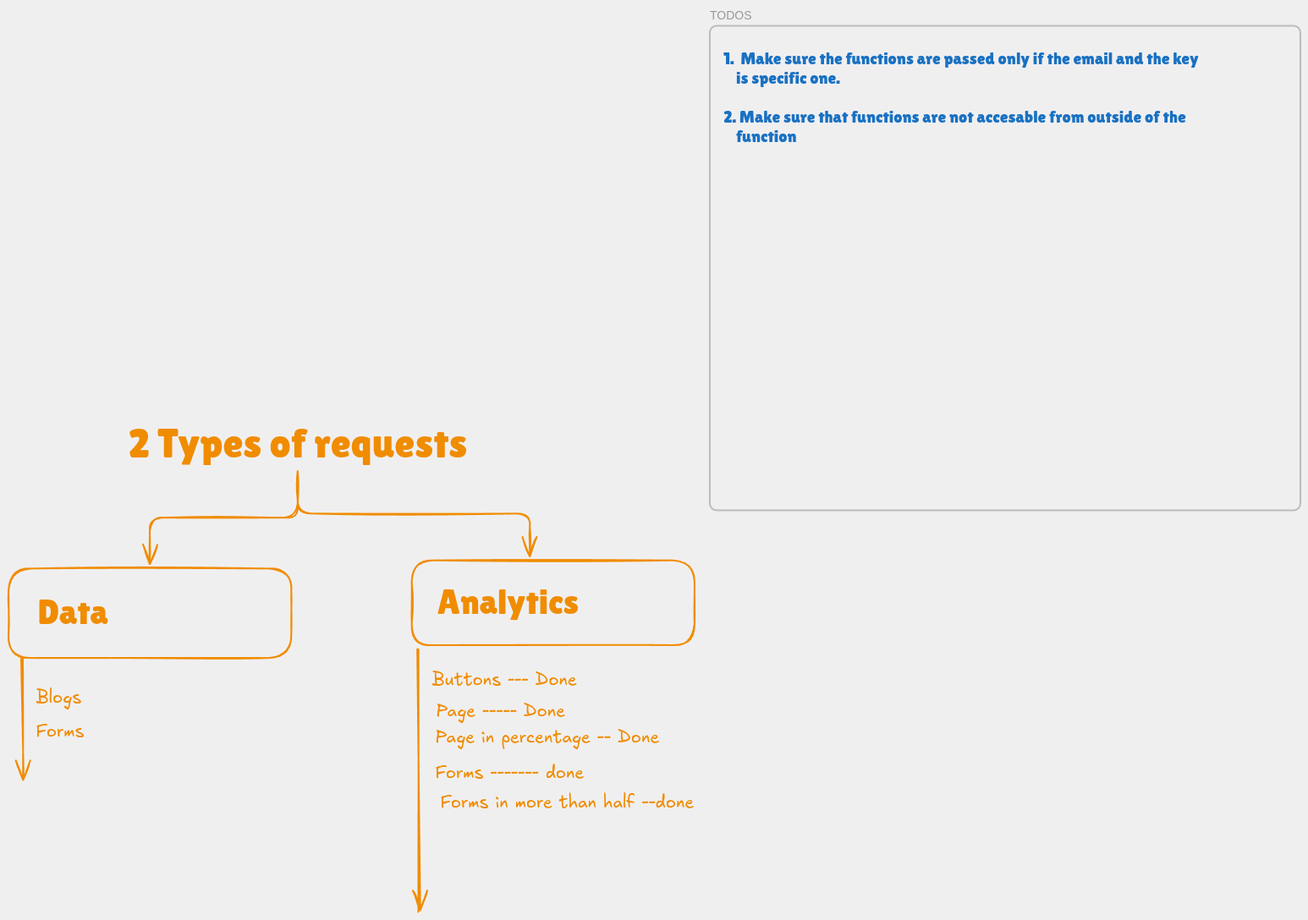
teacupweb/teacup-lib keeps this Excalidraw diagram as plan.excalidraw.png. Above is the earlier version. Source tidied: one line per element, renumbered; positions are measured from the earlier drawing's top-left corner, leaving out a move shared by most shapes.
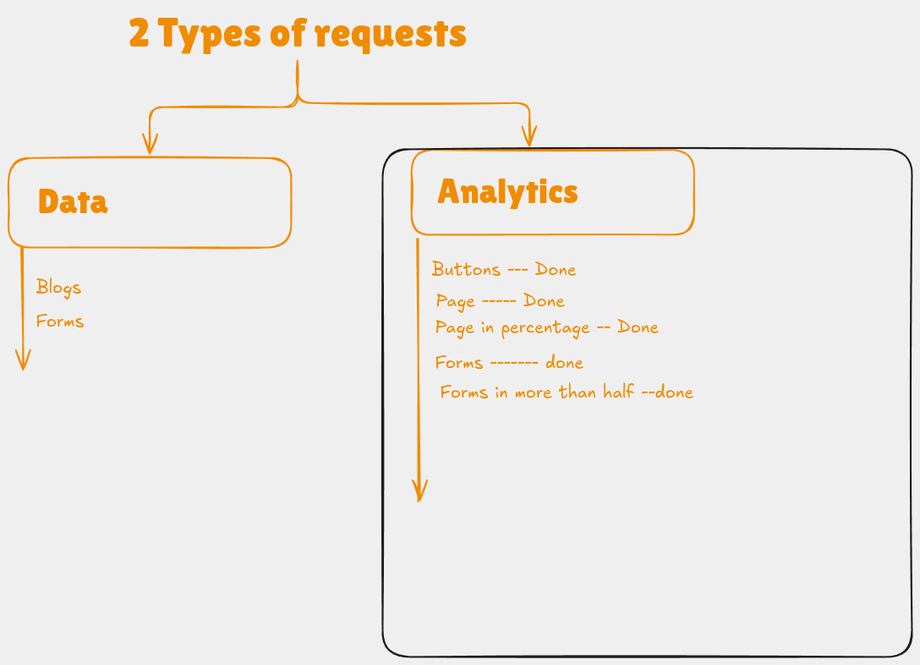
After the commit.

The edit, as a diff of the source:
```diff
@@ -14,5 +14,3 @@
 {"id": 13, "type": "text", "text": "Page in percentage -- Done", "strokeColor": "#f08c00", "strokeWidth": 2, "roughness": 1, "fontSize": 20, "fontFamily": 5, "x": 504, "y": 830, "width": 265, "height": 25}
 {"id": 14, "type": "text", "text": "Forms ------- done", "strokeColor": "#f08c00", "strokeWidth": 2, "roughness": 1, "fontSize": 20, "fontFamily": 5, "x": 504, "y": 872, "width": 176, "height": 25}
 {"id": 15, "type": "text", "text": "Forms in more than half --done", "strokeColor": "#f08c00", "strokeWidth": 2, "roughness": 1, "fontSize": 20, "fontFamily": 5, "x": 510, "y": 907, "width": 300, "height": 25}
-{"id": 16, "type": "text", "text": "1.  Make sure the functions are passed only if the email and the key\n    is specific one.\n\n2. Make sure that functions are not accesable from outside of the \n    function", "strokeColor": "#1971c2", "strokeWidth": 2, "roughness": 1, "fontSize": 20, "fontFamily": 7, "x": 845, "y": 27, "width": 562, "height": 115}
-{"id": 17, "type": "frame", "strokeColor": "#bbb", "strokeWidth": 2, "roughness": 0, "x": 829, "y": 0, "width": 698, "height": 573}
```
